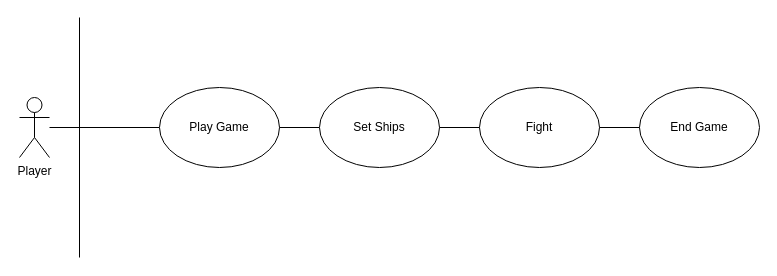
The draw.io diagram page "USECASE tổng quát" (3 of 9) of Untitled Diagram.drawio in huytruengusi/Battleship-OOP, before the edit. Source tidied: cells renumbered, new cells numbered last; positions are measured from the earlier drawing's top-left corner, leaving out a move shared by most shapes. Both pictures are drawn from the tidied source at 100%, with x=0, y=0 at pixel (19, 17).
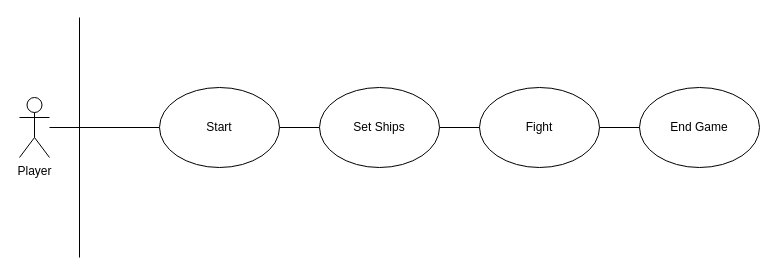
Above is the later version.

The edit, as a diff of the source:
```diff
@@
 <mxGraphModel>
   <root>
     <mxCell id="0" />
     <mxCell id="1" parent="0" />
     <mxCell id="2" value="Player" style="shape=umlActor;verticalLabelPosition=bottom;verticalAlign=top;html=1;outlineConnect=0;strokeColor=default;" parent="1" vertex="1">
       <mxGeometry y="80" width="30" height="60" as="geometry" />
     </mxCell>
     <mxCell id="3" style="endArrow=none;html=1;rounded=0;" parent="1" edge="1" source="2">
       <mxGeometry relative="1" as="geometry">
         <mxPoint x="140" y="110" as="targetPoint" />
       </mxGeometry>
     </mxCell>
-    <mxCell id="4" value="Play Game" style="ellipse;whiteSpace=wrap;html=1;strokeColor=default;" parent="1" vertex="1">
+    <mxCell id="4" value="Start" style="ellipse;whiteSpace=wrap;html=1;strokeColor=default;" parent="1" vertex="1">
       <mxGeometry x="140" y="70" width="120" height="80" as="geometry" />
     </mxCell>
     <mxCell id="5" style="endArrow=none;html=1;rounded=0;exitX=1;exitY=0.5;exitDx=0;exitDy=0;entryX=0;entryY=0.5;entryDx=0;entryDy=0;" parent="1" edge="1" source="4" target="6">
       <mxGeometry relative="1" as="geometry" />
     </mxCell>
     <mxCell id="6" value="Set Ships" style="ellipse;whiteSpace=wrap;html=1;strokeColor=default;" parent="1" vertex="1">
       <mxGeometry x="300" y="70" width="120" height="80" as="geometry" />
     </mxCell>
     <mxCell id="7" value="Fight" style="ellipse;whiteSpace=wrap;html=1;strokeColor=default;" parent="1" vertex="1">
       <mxGeometry x="460" y="70" width="120" height="80" as="geometry" />
     </mxCell>
     <mxCell id="8" style="endArrow=none;html=1;rounded=0;entryX=0;entryY=0.5;entryDx=0;entryDy=0;exitX=1;exitY=0.5;exitDx=0;exitDy=0;" parent="1" edge="1" source="6" target="7">
       <mxGeometry relative="1" as="geometry" />
     </mxCell>
     <mxCell id="9" value="End Game" style="ellipse;whiteSpace=wrap;html=1;strokeColor=default;" parent="1" vertex="1">
       <mxGeometry x="620" y="70" width="120" height="80" as="geometry" />
     </mxCell>
     <mxCell id="10" style="endArrow=none;html=1;rounded=0;entryX=0;entryY=0.5;entryDx=0;entryDy=0;exitX=1;exitY=0.5;exitDx=0;exitDy=0;" parent="1" edge="1" source="7" target="9">
       <mxGeometry relative="1" as="geometry" />
     </mxCell>
     <mxCell id="11" style="endArrow=none;html=1;rounded=0;" parent="1" edge="1">
       <mxGeometry relative="1" as="geometry">
         <mxPoint x="60" y="240" as="sourcePoint" />
         <mxPoint x="60" as="targetPoint" />
       </mxGeometry>
     </mxCell>
   </root>
 </mxGraphModel>
```
